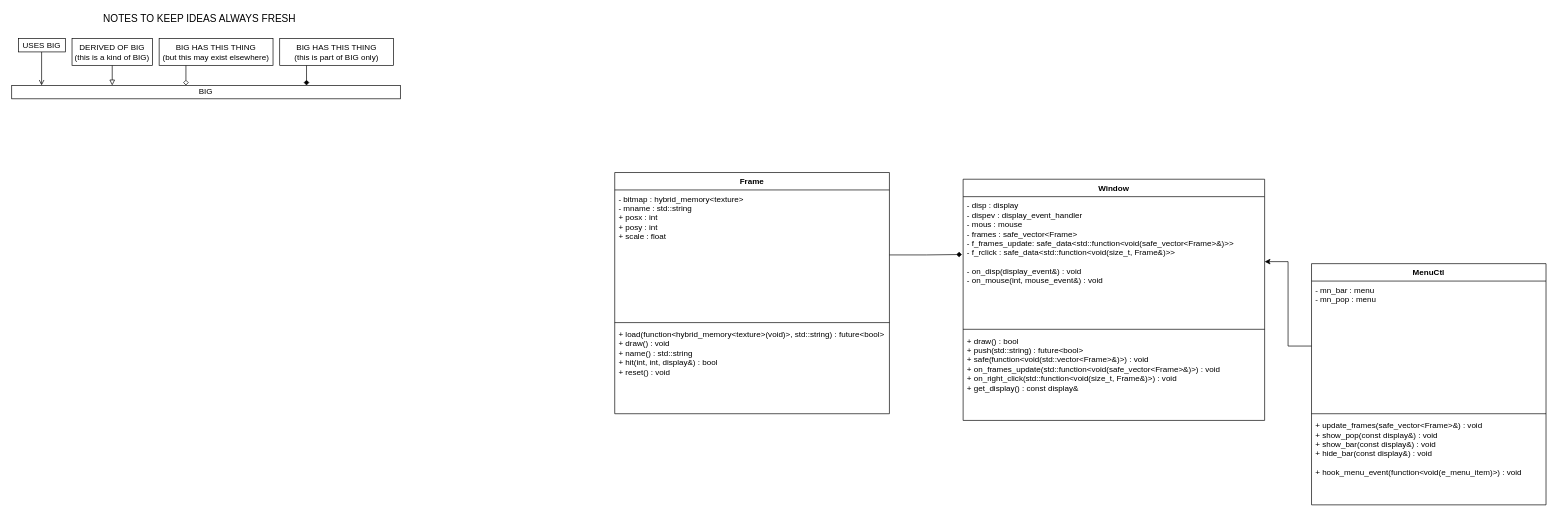
Earlier version of the draw.io diagram Diagrams/ImageViewer_V4.drawio (Lohkdesgds/ImageViewer). Source tidied: cells renumbered, new cells numbered last; positions are measured from the earlier drawing's top-left corner, leaving out a move shared by most shapes. Both pictures are drawn from the tidied source at 67%, with x=0, y=0 at pixel (11, 11).
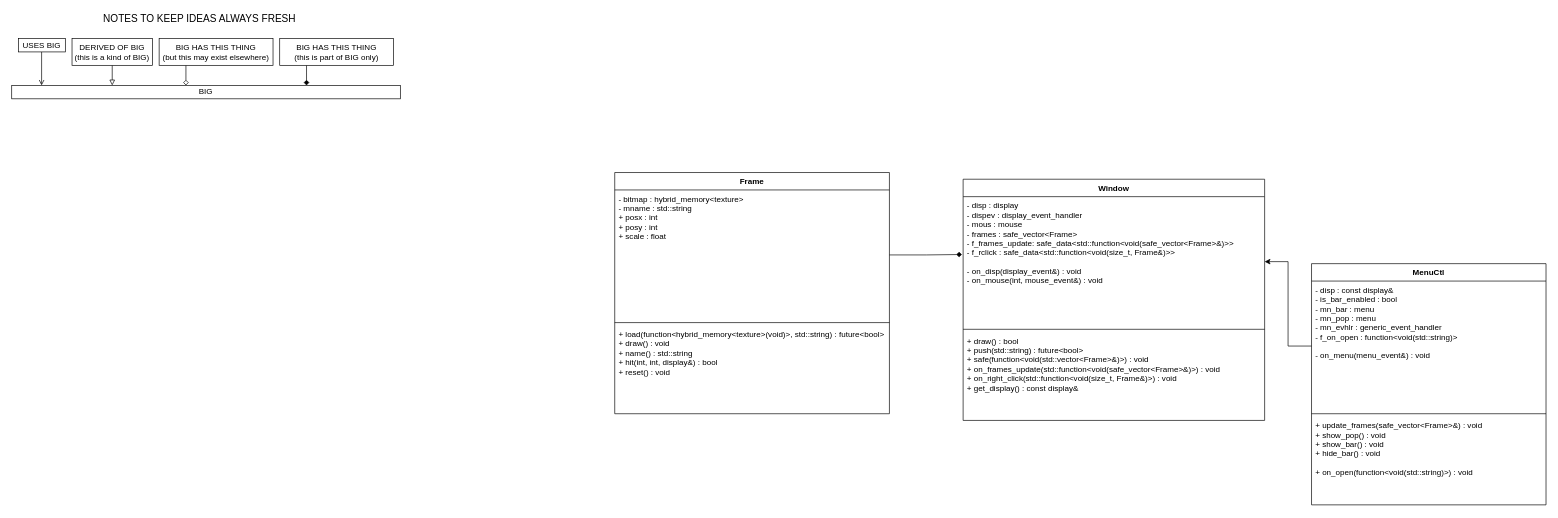
The same diagram, later.

Commit message (it also covers changes not shown here):
Added some menus and updated diagram

The change refers to these unchanged cells:
```xml
<mxCell id="21" value="MenuCtl" style="swimlane;fontStyle=1;align=center;verticalAlign=top;horizontal=1;startSize=26;" parent="1" vertex="1">
  <mxGeometry x="1940" y="376" width="350" height="360" as="geometry" />
</mxCell>
```

Diff of the diagram source:
```diff
@@
-    <mxCell id="22" value="- mn_bar : menu&#10;- mn_pop : menu" style="text;strokeColor=none;fillColor=none;align=left;verticalAlign=top;spacingLeft=4;spacingRight=4;overflow=hidden;points=[[0,0.5],[1,0.5]];portConstraint=eastwest;" parent="21" vertex="1">
+    <mxCell id="22" value="- disp : const display&amp;&#10;- is_bar_enabled : bool&#10;- mn_bar : menu&#10;- mn_pop : menu&#10;- mn_evhlr : generic_event_handler&#10;- f_on_open : function&lt;void(std::string)&gt;&#10;&#10;- on_menu(menu_event&amp;) : void" style="text;strokeColor=none;fillColor=none;align=left;verticalAlign=top;spacingLeft=4;spacingRight=4;overflow=hidden;points=[[0,0.5],[1,0.5]];portConstraint=eastwest;" parent="21" vertex="1">
       <mxGeometry y="26" width="350" height="194" as="geometry" />
     </mxCell>
@@
-    <mxCell id="24" value="+ update_frames(safe_vector&lt;Frame&gt;&amp;) : void&#10;+ show_pop(const display&amp;) : void&#10;+ show_bar(const display&amp;) : void&#10;+ hide_bar(const display&amp;) : void&#10;&#10;+ hook_menu_event(function&lt;void(e_menu_item)&gt;) : void" style="text;strokeColor=none;fillColor=none;align=left;verticalAlign=top;spacingLeft=4;spacingRight=4;overflow=hidden;" parent="21" vertex="1">
+    <mxCell id="24" value="+ update_frames(safe_vector&lt;Frame&gt;&amp;) : void&#10;+ show_pop() : void&#10;+ show_bar() : void&#10;+ hide_bar() : void&#10;&#10;+ on_open(function&lt;void(std::string)&gt;) : void" style="text;strokeColor=none;fillColor=none;align=left;verticalAlign=top;spacingLeft=4;spacingRight=4;overflow=hidden;" parent="21" vertex="1">
       <mxGeometry y="228" width="350" height="132" as="geometry" />
     </mxCell>
```
